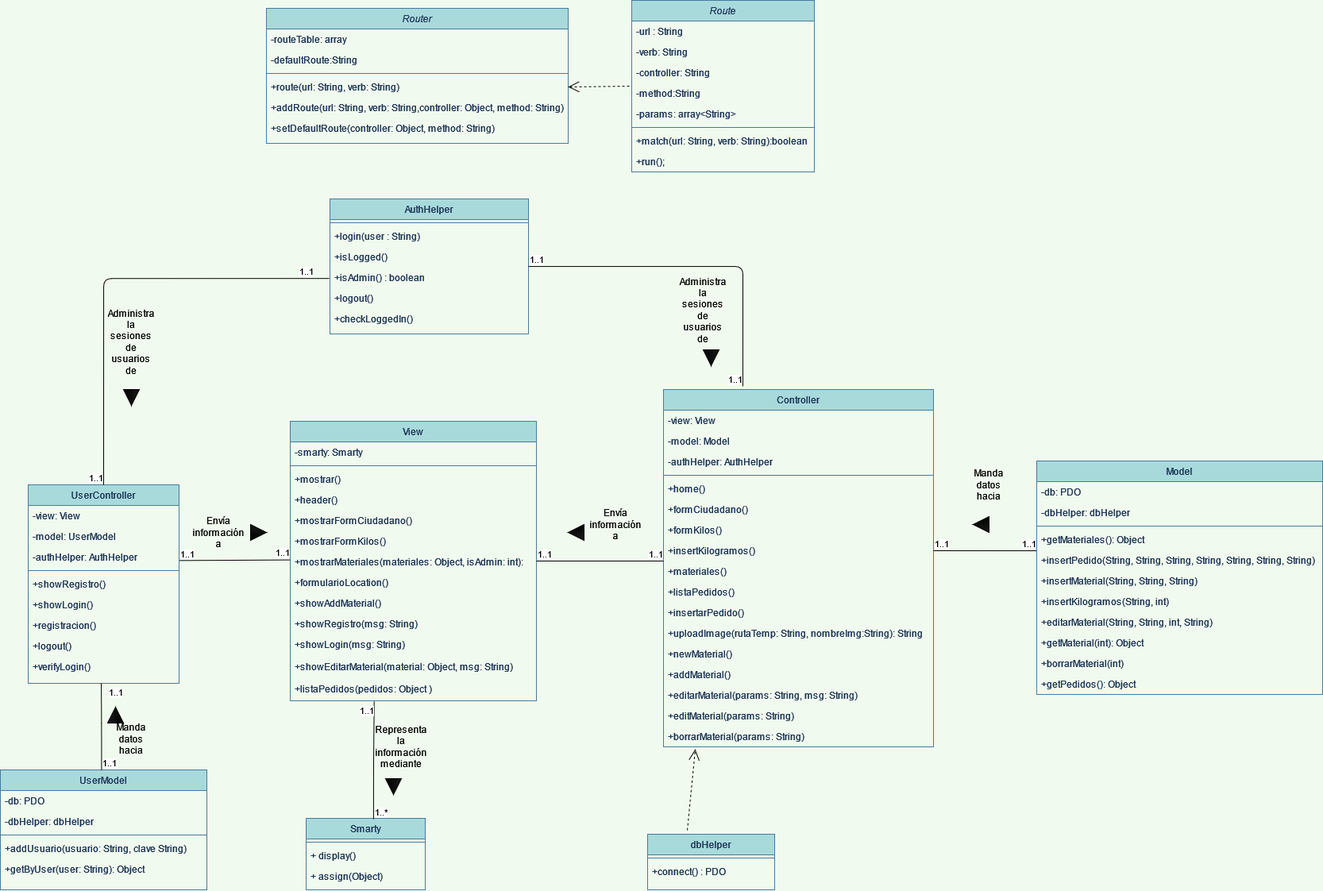
Before: Scrum/2do-sprint/Diagrama de clases- CooperativaCartoneros.png, a diagram exported from draw.io (acostatorrissi/grupo_ocho_tandil). Source tidied: cells renumbered, new cells last; positions are measured from the earlier drawing's top-left corner, leaving out a move shared by most shapes.
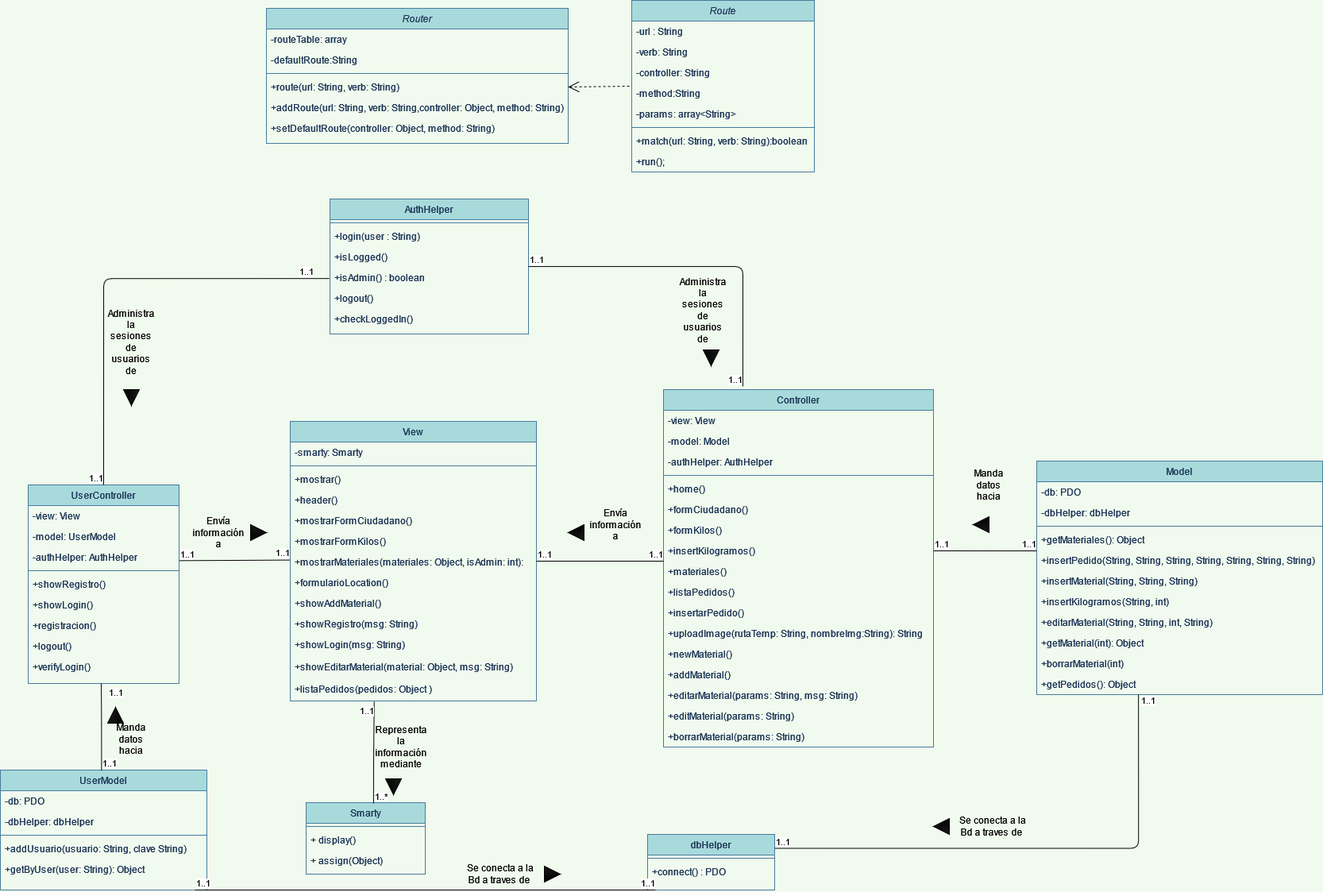
Above is the later version.

Commit message:
GOT-84: Se agrega el diagrama de clases

Diff of the diagram source:
```diff
@@ -264,7 +264,7 @@
       <mxGeometry y="112" width="260" height="26" as="geometry" />
     </mxCell>
     <mxCell id="89" value="Smarty" style="swimlane;fontStyle=0;align=center;verticalAlign=top;horizontal=1;startSize=26;rounded=0;shadow=0;strokeWidth=1;fillColor=#A8DADC;strokeColor=#457B9D;fontColor=#1D3557;" parent="1" vertex="1">
-      <mxGeometry x="385" y="1030" width="150" height="90" as="geometry" />
+      <mxGeometry x="385" y="1010" width="150" height="90" as="geometry" />
     </mxCell>
     <mxCell id="90" style="line;html=1;strokeWidth=1;align=left;verticalAlign=middle;spacingTop=-1;spacingLeft=3;spacingRight=3;labelPosition=right;labelBackgroundColor=#F1FAEE;fillColor=#A8DADC;strokeColor=#457B9D;fontColor=#1D3557;" parent="89" vertex="1">
       <mxGeometry y="26" width="150" height="8" as="geometry" />
@@ -315,13 +315,6 @@
     <mxCell id="102" value="1..1" style="edgeLabel;html=1;align=right;verticalAlign=bottom;" parent="100" vertex="1">
       <mxGeometry x="1" relative="1" as="geometry" />
     </mxCell>
-    <mxCell id="103" style="endArrow=open;endSize=12;dashed=1;html=1;" parent="1" edge="1">
-      <mxGeometry x="-1" y="283" relative="1" as="geometry">
-        <mxPoint x="865" y="1045" as="sourcePoint" />
-        <mxPoint x="875" y="943" as="targetPoint" />
-        <mxPoint x="52" y="193" as="offset" />
-      </mxGeometry>
-    </mxCell>
     <mxCell id="104" style="endArrow=none;html=1;edgeStyle=orthogonalEdgeStyle;entryX=-0.001;entryY=0.409;entryDx=0;entryDy=0;entryPerimeter=0;exitX=1.002;exitY=0.668;exitDx=0;exitDy=0;exitPerimeter=0;" parent="1" edge="1" source="76" target="66">
       <mxGeometry relative="1" as="geometry">
         <Array as="points">
@@ -432,5 +425,40 @@
         <mxPoint x="239" y="-29" as="offset" />
       </mxGeometry>
     </mxCell>
+    <mxCell id="131" style="endArrow=none;html=1;edgeStyle=orthogonalEdgeStyle;exitX=1;exitY=0.25;exitDx=0;exitDy=0;entryX=0.356;entryY=1;entryDx=0;entryDy=0;entryPerimeter=0;" parent="1" edge="1" source="11" target="58">
+      <mxGeometry relative="1" as="geometry" />
+    </mxCell>
+    <mxCell id="132" value="1..1" style="edgeLabel;html=1;align=left;verticalAlign=bottom;" parent="131" vertex="1">
+      <mxGeometry x="-1" relative="1" as="geometry" />
+    </mxCell>
+    <mxCell id="133" value="1..1" style="edgeLabel;html=1;align=right;verticalAlign=bottom;" parent="131" vertex="1">
+      <mxGeometry x="1" relative="1" as="geometry">
+        <mxPoint x="22" y="16" as="offset" />
+      </mxGeometry>
+    </mxCell>
+    <mxCell id="134" style="endArrow=none;html=1;edgeStyle=orthogonalEdgeStyle;" parent="1" edge="1">
+      <mxGeometry relative="1" as="geometry">
+        <mxPoint x="245" y="1120" as="sourcePoint" />
+        <mxPoint x="825" y="1120" as="targetPoint" />
+      </mxGeometry>
+    </mxCell>
+    <mxCell id="135" value="1..1" style="edgeLabel;html=1;align=left;verticalAlign=bottom;" parent="134" vertex="1">
+      <mxGeometry x="-1" relative="1" as="geometry" />
+    </mxCell>
+    <mxCell id="136" value="1..1" style="edgeLabel;html=1;align=right;verticalAlign=bottom;" parent="134" vertex="1">
+      <mxGeometry x="1" relative="1" as="geometry" />
+    </mxCell>
+    <mxCell id="137" style="triangle;whiteSpace=wrap;html=1;rotation=0;gradientColor=#000000;fillColor=#1A1A1A;" parent="1" vertex="1">
+      <mxGeometry x="685" y="1090" width="20" height="20" as="geometry" />
+    </mxCell>
+    <mxCell id="138" value="Se conecta a la Bd a traves de&amp;nbsp;" style="text;html=1;strokeColor=none;fillColor=none;align=center;verticalAlign=middle;whiteSpace=wrap;rounded=0;" parent="1" vertex="1">
+      <mxGeometry x="585" y="1090" width="90" height="20" as="geometry" />
+    </mxCell>
+    <mxCell id="139" value="Se conecta a la Bd a traves de&amp;nbsp;" style="text;html=1;strokeColor=none;fillColor=none;align=center;verticalAlign=middle;whiteSpace=wrap;rounded=0;" parent="1" vertex="1">
+      <mxGeometry x="1205" y="1030" width="90" height="20" as="geometry" />
+    </mxCell>
+    <mxCell id="140" style="triangle;whiteSpace=wrap;html=1;rotation=-180;gradientColor=#000000;fillColor=#1A1A1A;" parent="1" vertex="1">
+      <mxGeometry x="1175" y="1030" width="20" height="20" as="geometry" />
+    </mxCell>
   </root>
 </mxGraphModel>
```
